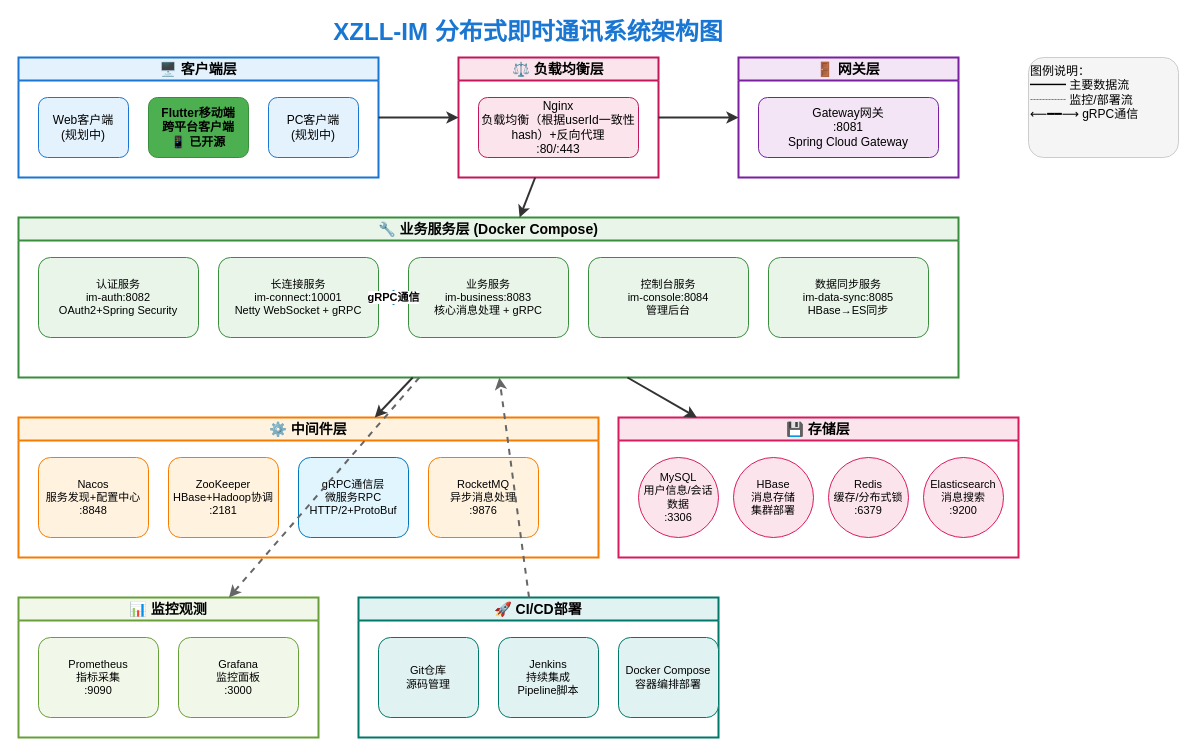
The draw.io diagram doc/drawio/系统架构图.drawio in 598572/xzll-im-server, before the edit. Source tidied: cells renumbered, new cells numbered last; positions are measured from the earlier drawing's top-left corner, leaving out a move shared by most shapes. Both pictures are drawn from the tidied source at 100%, with x=0, y=0 at pixel (18, 17).
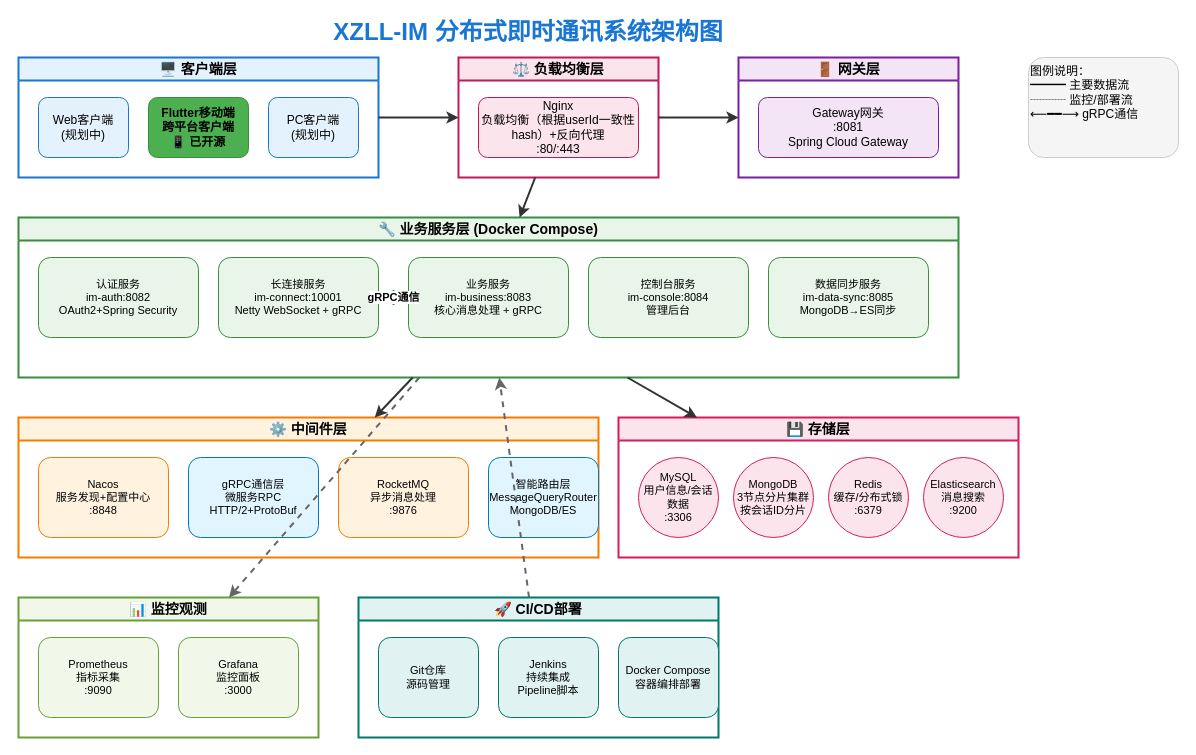
The same diagram, later.

Commit message (it also covers changes not shown here):
架构图变更

The change refers to these unchanged cells:
```xml
<mxCell id="10" value="🔧 业务服务层 (Docker Compose)" style="swimlane;whiteSpace=wrap;html=1;fillColor=#E8F5E8;strokeColor=#388E3C;strokeWidth=2;fontStyle=1;fontSize=14;" parent="1" vertex="1">
  <mxGeometry y="200" width="940" height="160" as="geometry" />
</mxCell>
<mxCell id="18" value="⚙️ 中间件层" style="swimlane;whiteSpace=wrap;html=1;fillColor=#FFF3E0;strokeColor=#F57C00;strokeWidth=2;fontStyle=1;fontSize=14;" parent="1" vertex="1">
  <mxGeometry y="400" width="580" height="140" as="geometry" />
</mxCell>
<mxCell id="23" value="💾 存储层" style="swimlane;whiteSpace=wrap;html=1;fillColor=#FCE4EC;strokeColor=#D81B60;strokeWidth=2;fontStyle=1;fontSize=14;" parent="1" vertex="1">
  <mxGeometry x="600" y="400" width="400" height="140" as="geometry" />
</mxCell>
```

Change to the diagram source:
```diff
@@
-    <mxCell id="17" value="数据同步服务&lt;br&gt;im-data-sync:8085&lt;br&gt;HBase→ES同步" style="rounded=1;whiteSpace=wrap;html=1;fillColor=#E8F5E8;strokeColor=#388E3C;fontSize=11;" parent="10" vertex="1">
+    <mxCell id="17" value="数据同步服务&lt;br&gt;im-data-sync:8085&lt;br&gt;MongoDB→ES同步" style="rounded=1;whiteSpace=wrap;html=1;fillColor=#E8F5E8;strokeColor=#388E3C;fontSize=11;" parent="10" vertex="1">
       <mxGeometry x="750" y="40" width="160" height="80" as="geometry" />
     </mxCell>
@@
     <mxCell id="19" value="Nacos&lt;br&gt;服务发现+配置中心&lt;br&gt;:8848" style="rounded=1;whiteSpace=wrap;html=1;fillColor=#FFF3E0;strokeColor=#F57C00;fontSize=11;" parent="18" vertex="1">
-      <mxGeometry x="20" y="40" width="110" height="80" as="geometry" />
+      <mxGeometry x="20" y="40" width="130" height="80" as="geometry" />
     </mxCell>
-    <mxCell id="20" value="ZooKeeper&lt;br&gt;HBase+Hadoop协调&lt;br&gt;:2181" style="rounded=1;whiteSpace=wrap;html=1;fillColor=#FFF3E0;strokeColor=#F57C00;fontSize=11;" parent="18" vertex="1">
-      <mxGeometry x="150" y="40" width="110" height="80" as="geometry" />
-    </mxCell>
     <mxCell id="21" value="gRPC通信层&lt;br&gt;微服务RPC&lt;br&gt;HTTP/2+ProtoBuf" style="rounded=1;whiteSpace=wrap;html=1;fillColor=#E1F5FE;strokeColor=#0277BD;fontSize=11;" parent="18" vertex="1">
-      <mxGeometry x="280" y="40" width="110" height="80" as="geometry" />
+      <mxGeometry x="170" y="40" width="130" height="80" as="geometry" />
     </mxCell>
     <mxCell id="22" value="RocketMQ&lt;br&gt;异步消息处理&lt;br&gt;:9876" style="rounded=1;whiteSpace=wrap;html=1;fillColor=#FFF3E0;strokeColor=#F57C00;fontSize=11;" parent="18" vertex="1">
-      <mxGeometry x="410" y="40" width="110" height="80" as="geometry" />
+      <mxGeometry x="320" y="40" width="130" height="80" as="geometry" />
     </mxCell>
+    <mxCell id="45" value="智能路由层&lt;br&gt;MessageQueryRouter&lt;br&gt;MongoDB/ES" style="rounded=1;whiteSpace=wrap;html=1;fillColor=#E1F5FE;strokeColor=#0277BD;fontSize=11;" parent="18" vertex="1">
+      <mxGeometry x="470" y="40" width="110" height="80" as="geometry" />
+    </mxCell>
@@
-    <mxCell id="25" value="HBase&lt;br&gt;消息存储&lt;br&gt;集群部署" style="ellipse;whiteSpace=wrap;html=1;fillColor=#FCE4EC;strokeColor=#D81B60;fontSize=11;" parent="23" vertex="1">
-      <mxGeometry x="115" y="40" width="80" height="80" as="geometry" />
-    </mxCell>
+    <mxCell id="46" value="MongoDB&lt;br&gt;3节点分片集群&lt;br&gt;按会话ID分片" style="ellipse;whiteSpace=wrap;html=1;fillColor=#FCE4EC;strokeColor=#D81B60;fontSize=11;" parent="23" vertex="1">
+      <mxGeometry x="115" y="40" width="80" height="80" as="geometry" />
+    </mxCell>
```
